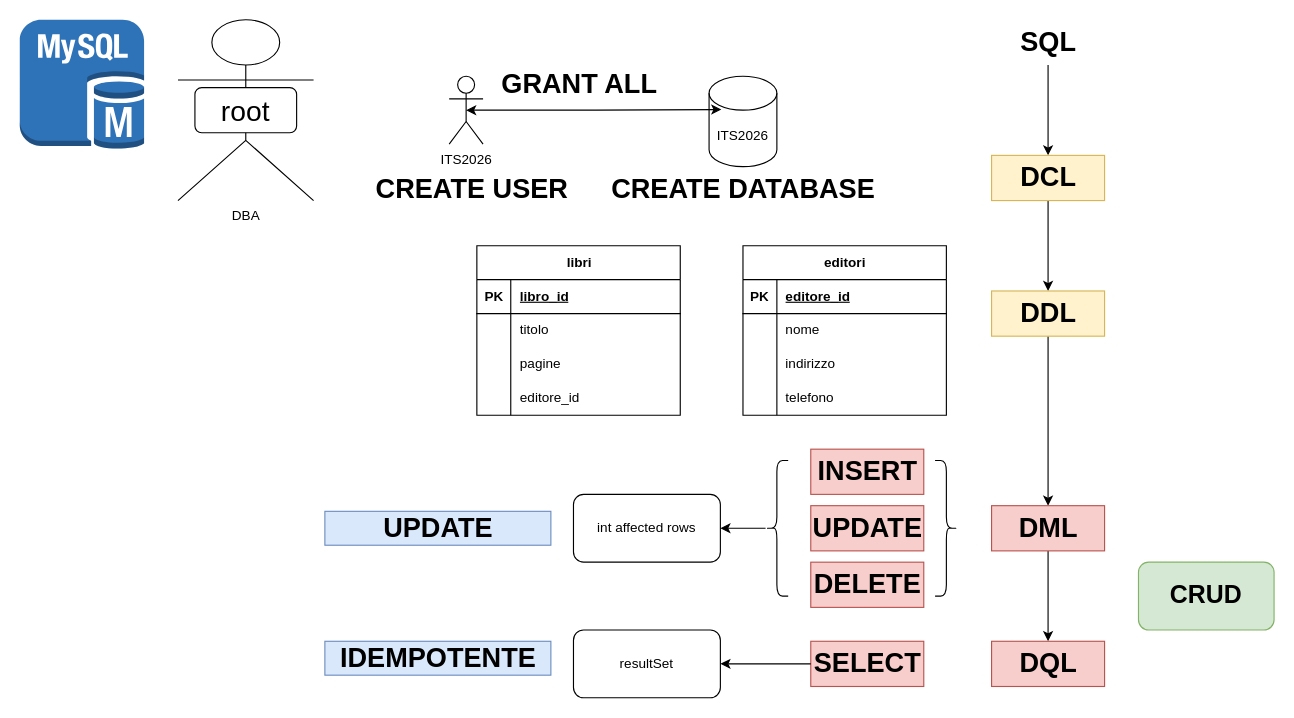
maboglia/ITS2026_ACA keeps this draw.io diagram as page "Pagina-5" (5 of 5) of ACA2026.drawio. Above is the earlier version. Source tidied: cells renumbered, new cells numbered last; positions are measured from the earlier drawing's top-left corner, leaving out a move shared by most shapes. Both pictures are drawn from the tidied source at 113%, with x=0, y=0 at pixel (19, 19).
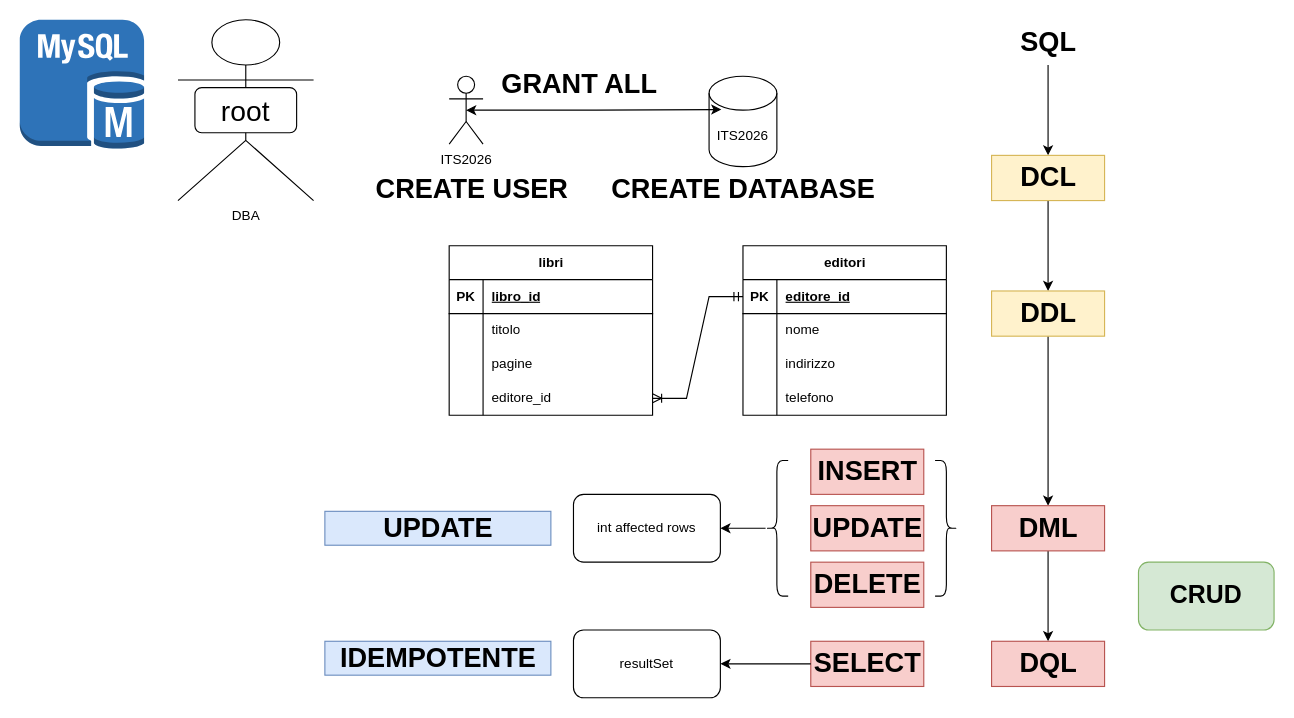
The same page after the edit.

The change refers to these unchanged cells:
```xml
<mxCell id="27" style="shape=tableRow;horizontal=0;startSize=0;swimlaneHead=0;swimlaneBody=0;fillColor=none;points=[[0,0.5],[1,0.5]];portConstraint=eastwest;top=0;left=0;right=0;bottom=0;" parent="17" vertex="1">
  <mxGeometry y="120" width="180" height="30" as="geometry" />
</mxCell>
<mxCell id="31" style="shape=tableRow;horizontal=0;startSize=0;swimlaneHead=0;swimlaneBody=0;fillColor=none;points=[[0,0.5],[1,0.5]];portConstraint=eastwest;top=0;left=0;right=0;bottom=1;" parent="30" vertex="1">
  <mxGeometry y="30" width="180" height="30" as="geometry" />
</mxCell>
```

What changed in the source:
```diff
@@
     <mxCell id="17" value="libri" style="shape=table;startSize=30;childLayout=tableLayout;rowLines=0;fontStyle=1;align=center;html=1;" parent="1" vertex="1">
-      <mxGeometry x="404.5" y="200" width="180" height="150" as="geometry" />
+      <mxGeometry x="380" y="200" width="180" height="150" as="geometry" />
     </mxCell>
@@
+    <mxCell id="59" style="edgeStyle=entityRelationEdgeStyle;fontSize=12;html=1;endArrow=ERoneToMany;startArrow=ERmandOne;rounded=0;exitX=0;exitY=0.5;exitDx=0;exitDy=0;" parent="1" edge="1" source="31" target="27">
+      <mxGeometry relative="1" as="geometry" />
+    </mxCell>
```
